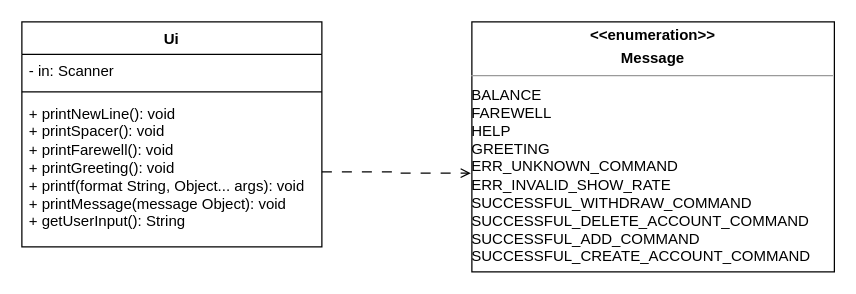
Above: docs/diagrams/UiClassDiagram.drawio in woowenjun99/tp (draw.io), before the change. Source tidied: cells renumbered, new cells numbered last; positions are measured from the earlier drawing's top-left corner, leaving out a move shared by most shapes. Both pictures are drawn from the tidied source at 125%, with x=0, y=0 at pixel (21, 21).
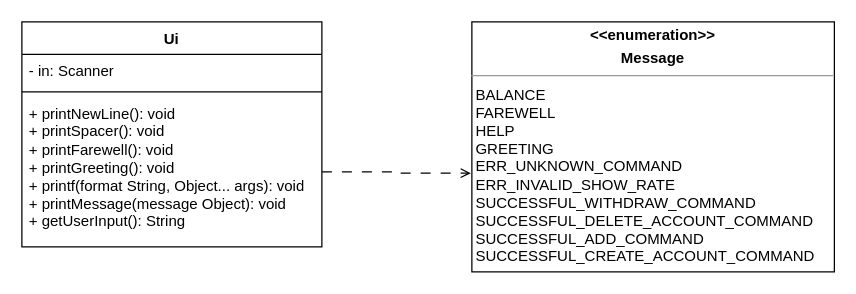
The same diagram, later.

Commit message (it also covers changes not shown here):
Add spacing to Message enum

What changed in the source:
```diff
@@
 <mxGraphModel>
   <root>
     <mxCell id="0" />
     <mxCell id="1" parent="0" />
     <mxCell id="2" value="Ui" style="swimlane;fontStyle=1;align=center;verticalAlign=top;horizontal=1;startSize=26;whiteSpace=wrap;html=1;" parent="1" vertex="1">
       <mxGeometry width="240" height="180" as="geometry" />
     </mxCell>
     <mxCell id="3" value="- in: Scanner" style="text;strokeColor=none;fillColor=none;align=left;verticalAlign=top;spacingLeft=4;spacingRight=4;overflow=hidden;whiteSpace=wrap;html=1;" parent="2" vertex="1">
       <mxGeometry y="26" width="240" height="26" as="geometry" />
     </mxCell>
     <mxCell id="4" style="line;strokeWidth=1;fillColor=none;align=left;verticalAlign=middle;spacingTop=-1;spacingLeft=3;spacingRight=3;labelPosition=right;strokeColor=inherit;" parent="2" vertex="1">
       <mxGeometry y="52" width="240" height="8" as="geometry" />
     </mxCell>
     <mxCell id="5" value="+ printNewLine(): void&lt;br&gt;+ printSpacer(): void&lt;br&gt;+ printFarewell(): void&lt;br&gt;+ printGreeting(): void&lt;br&gt;+ printf(format String, Object... args): void&lt;br&gt;+ printMessage(message Object): void&lt;br&gt;+ getUserInput(): String" style="text;strokeColor=none;fillColor=none;align=left;verticalAlign=top;spacingLeft=4;spacingRight=4;overflow=hidden;points=[[0,0.5],[1,0.5]];portConstraint=eastwest;whiteSpace=wrap;html=1;" parent="2" vertex="1">
       <mxGeometry y="60" width="240" height="120" as="geometry" />
     </mxCell>
-    <mxCell id="6" value="&lt;p style=&quot;margin:0px;margin-top:4px;text-align:center;&quot;&gt;&lt;b&gt;&amp;lt;&amp;lt;enumeration&amp;gt;&amp;gt;&lt;/b&gt;&lt;/p&gt;&lt;p style=&quot;margin:0px;margin-top:4px;text-align:center;&quot;&gt;&lt;b&gt;Message&lt;/b&gt;&lt;/p&gt;&lt;hr size=&quot;1&quot;&gt;&lt;div style=&quot;height:2px;&quot;&gt;&lt;br&gt;&lt;/div&gt;&lt;div style=&quot;height:2px;&quot;&gt;BALANCE&lt;br&gt;FAREWELL&lt;br&gt;HELP&lt;br&gt;GREETING&lt;br&gt;ERR_UNKNOWN_COMMAND&lt;br&gt;ERR_INVALID_SHOW_RATE&lt;br&gt;SUCCESSFUL_WITHDRAW_COMMAND&lt;br&gt;SUCCESSFUL_DELETE_ACCOUNT_COMMAND&lt;br&gt;SUCCESSFUL_ADD_COMMAND&lt;br&gt;SUCCESSFUL_CREATE_ACCOUNT_COMMAND&lt;/div&gt;" style="verticalAlign=top;align=left;overflow=fill;fontSize=12;fontFamily=Helvetica;html=1;whiteSpace=wrap;" parent="1" vertex="1">
+    <mxCell id="6" value="&lt;p style=&quot;margin:0px;margin-top:4px;text-align:center;&quot;&gt;&lt;b&gt;&amp;lt;&amp;lt;enumeration&amp;gt;&amp;gt;&lt;/b&gt;&lt;/p&gt;&lt;p style=&quot;margin:0px;margin-top:4px;text-align:center;&quot;&gt;&lt;b&gt;Message&lt;/b&gt;&lt;/p&gt;&lt;hr size=&quot;1&quot;&gt;&lt;div style=&quot;height:2px;&quot;&gt;&lt;br&gt;&lt;/div&gt;&lt;div style=&quot;height:2px;&quot;&gt;&amp;nbsp;BALANCE&lt;br&gt;&amp;nbsp;FAREWELL&lt;br&gt;&amp;nbsp;HELP&lt;br&gt;&amp;nbsp;GREETING&lt;br&gt;&amp;nbsp;ERR_UNKNOWN_COMMAND&lt;br&gt;&amp;nbsp;ERR_INVALID_SHOW_RATE&lt;br&gt;&amp;nbsp;SUCCESSFUL_WITHDRAW_COMMAND&lt;br&gt;&amp;nbsp;SUCCESSFUL_DELETE_ACCOUNT_COMMAND&lt;br&gt;&amp;nbsp;SUCCESSFUL_ADD_COMMAND&lt;br&gt;&amp;nbsp;SUCCESSFUL_CREATE_ACCOUNT_COMMAND&lt;/div&gt;" style="verticalAlign=top;align=left;overflow=fill;fontSize=12;fontFamily=Helvetica;html=1;spacingLeft=5;spacingTop=0;" parent="1" vertex="1">
       <mxGeometry x="360" width="290" height="200" as="geometry" />
     </mxCell>
     <mxCell id="7" style="edgeStyle=orthogonalEdgeStyle;rounded=0;jettySize=auto;html=1;entryX=-0.003;entryY=0.605;entryDx=0;entryDy=0;entryPerimeter=0;dashed=1;dashPattern=8 8;endArrow=open;endFill=0;" parent="1" edge="1" source="5" target="6">
       <mxGeometry relative="1" as="geometry" />
     </mxCell>
   </root>
 </mxGraphModel>
```
